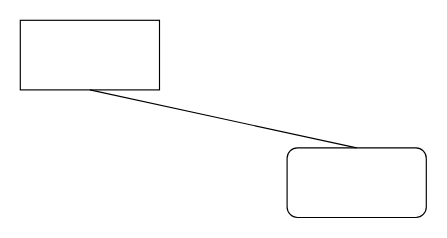
This is UILibrary.drawio from VIxeny/UI-for-Love2d, a draw.io file, before an edit. Source tidied: cells renumbered, new cells numbered last; positions are measured from the earlier drawing's top-left corner, leaving out a move shared by most shapes. Both pictures are drawn from the tidied source at 116%, with x=0, y=0 at pixel (20, 20).
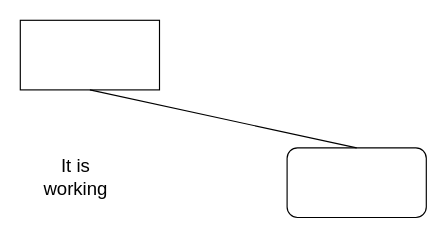
The same page after the edit.

Diff of the diagram source:
```diff
@@
 <mxGraphModel>
   <root>
     <mxCell id="0" />
     <mxCell id="1" parent="0" />
     <mxCell id="2" style="rounded=0;whiteSpace=wrap;html=1;" parent="1" vertex="1">
       <mxGeometry width="120" height="60" as="geometry" />
     </mxCell>
     <mxCell id="3" style="rounded=1;whiteSpace=wrap;html=1;" parent="1" vertex="1">
       <mxGeometry x="230" y="110" width="120" height="60" as="geometry" />
     </mxCell>
     <mxCell id="4" style="endArrow=none;html=1;entryX=0.5;entryY=1;entryDx=0;entryDy=0;exitX=0.5;exitY=0;exitDx=0;exitDy=0;" parent="1" edge="1" source="3" target="2">
       <mxGeometry relative="1" as="geometry" />
     </mxCell>
+    <mxCell id="5" value="It is working" style="text;strokeColor=none;align=center;fillColor=none;html=1;verticalAlign=middle;whiteSpace=wrap;rounded=0;fontSize=16;" parent="1" vertex="1">
+      <mxGeometry x="18.3" y="110" width="60" height="50" as="geometry" />
+    </mxCell>
   </root>
 </mxGraphModel>
```
